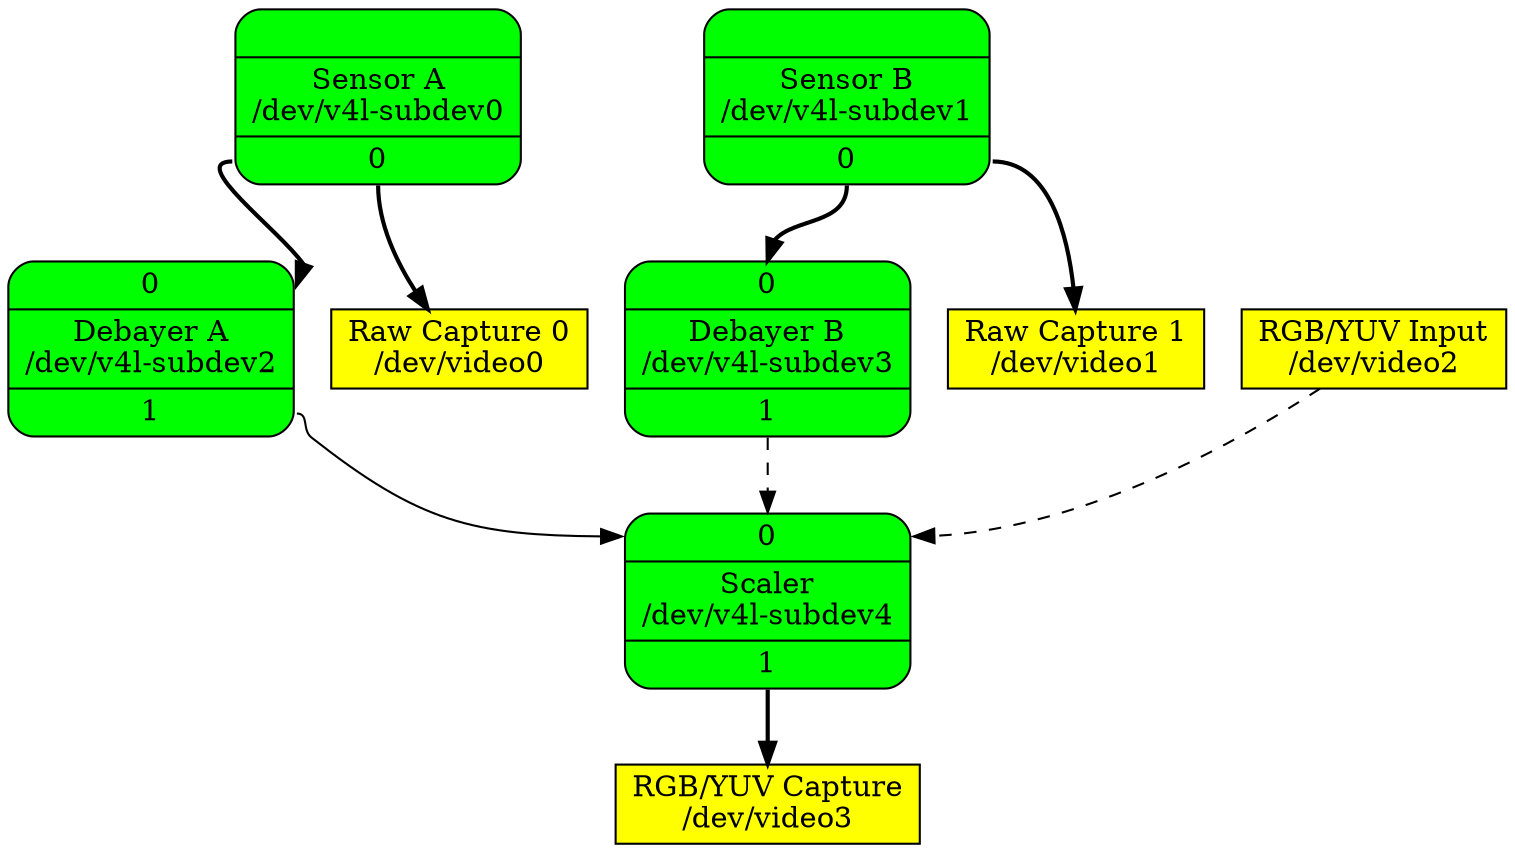
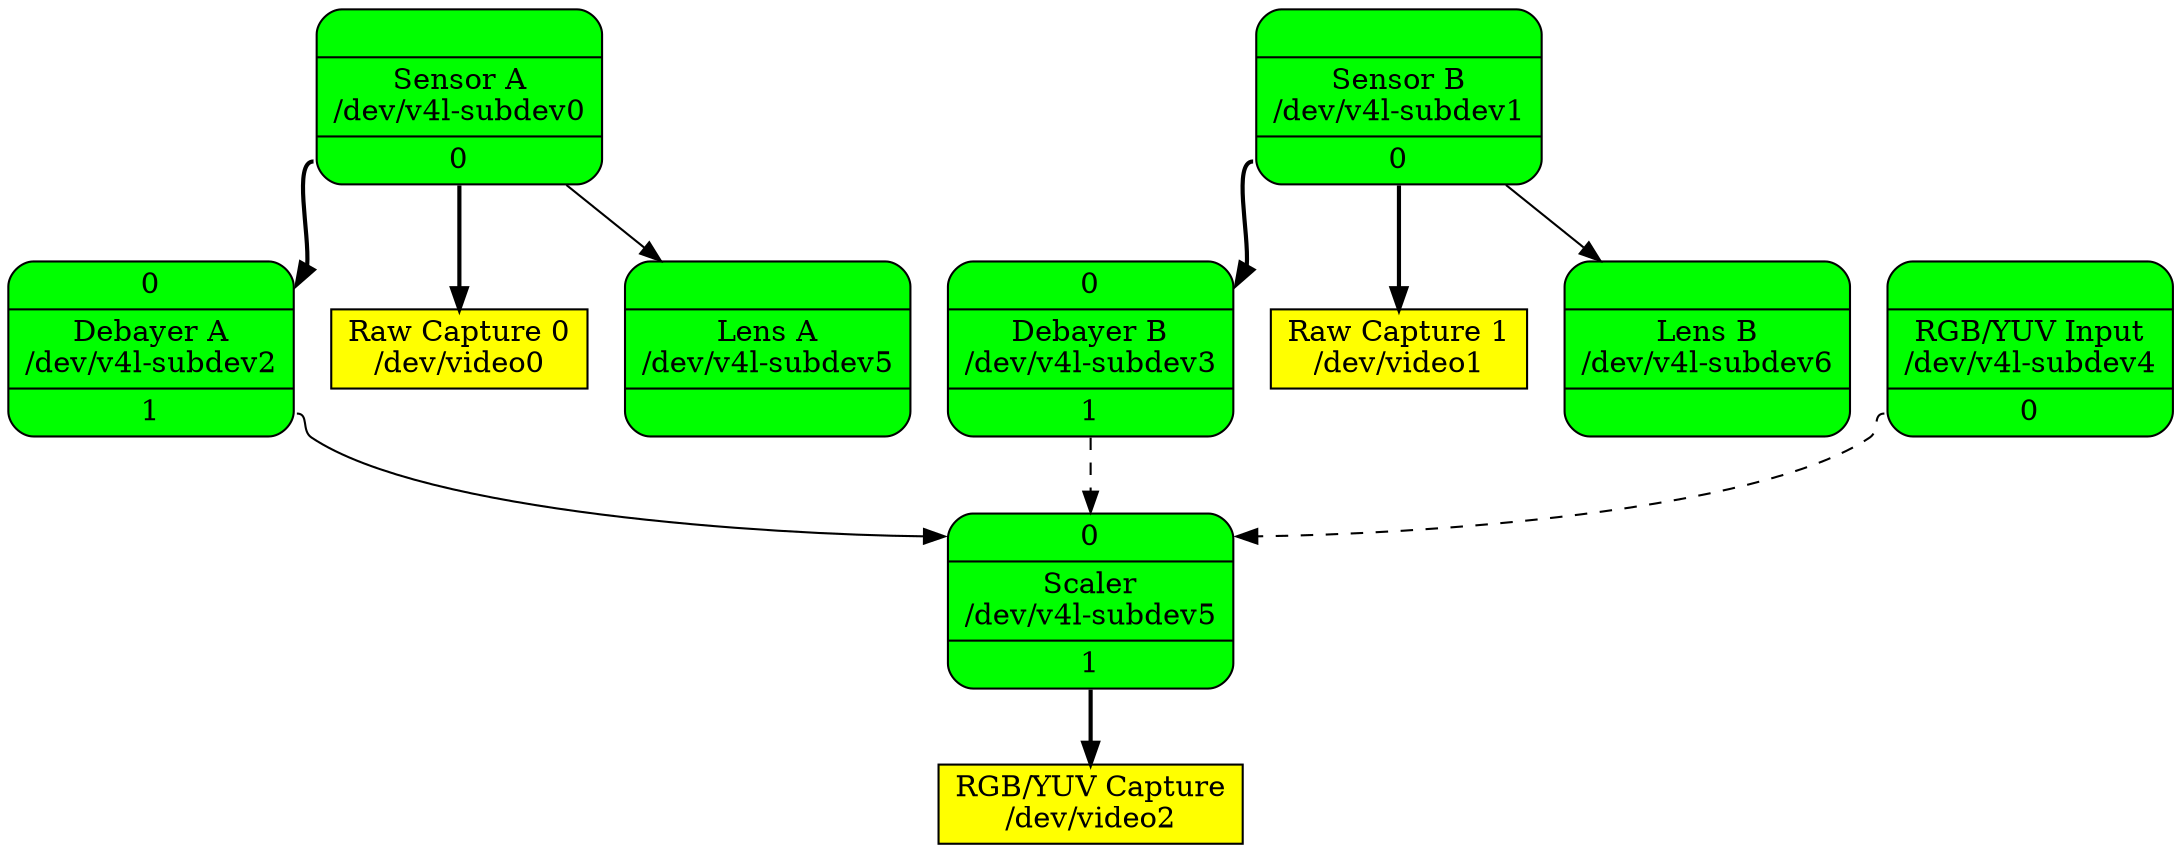
# SPDX-License-Identifier: GPL-2.0

digraph board {
	rankdir=TB
	n00000001 [label="{{} | Sensor A\n/dev/v4l-subdev0 | {<port0> 0}}", shape=Mrecord, style=filled, fillcolor=green]
	n00000001:port0 -> n00000005:port0 [style=bold]
	n00000001:port0 -> n0000000b [style=bold]
+ 	n00000001 -> n00000002
+ 	n00000002 [label="{{} | Lens A\n/dev/v4l-subdev5 | {<port0>}}", shape=Mrecord, style=filled, fillcolor=green]
	n00000003 [label="{{} | Sensor B\n/dev/v4l-subdev1 | {<port0> 0}}", shape=Mrecord, style=filled, fillcolor=green]
	n00000003:port0 -> n00000008:port0 [style=bold]
	n00000003:port0 -> n0000000f [style=bold]
+ 	n00000003 -> n00000004
+ 	n00000004 [label="{{} | Lens B\n/dev/v4l-subdev6 | {<port0>}}", shape=Mrecord, style=filled, fillcolor=green]
	n00000005 [label="{{<port0> 0} | Debayer A\n/dev/v4l-subdev2 | {<port1> 1}}", shape=Mrecord, style=filled, fillcolor=green]
- 	n00000005:port1 -> n00000017:port0
+ 	n00000005:port1 -> n00000015:port0
	n00000008 [label="{{<port0> 0} | Debayer B\n/dev/v4l-subdev3 | {<port1> 1}}", shape=Mrecord, style=filled, fillcolor=green]
- 	n00000008:port1 -> n00000017:port0 [style=dashed]
+ 	n00000008:port1 -> n00000015:port0 [style=dashed]
	n0000000b [label="Raw Capture 0\n/dev/video0", shape=box, style=filled, fillcolor=yellow]
	n0000000f [label="Raw Capture 1\n/dev/video1", shape=box, style=filled, fillcolor=yellow]
- 	n00000013 [label="RGB/YUV Input\n/dev/video2", shape=box, style=filled, fillcolor=yellow]
- 	n00000013 -> n00000017:port0 [style=dashed]
- 	n00000017 [label="{{<port0> 0} | Scaler\n/dev/v4l-subdev4 | {<port1> 1}}", shape=Mrecord, style=filled, fillcolor=green]
- 	n00000017:port1 -> n0000001a [style=bold]
- 	n0000001a [label="RGB/YUV Capture\n/dev/video3", shape=box, style=filled, fillcolor=yellow]
+ 	n00000013 [label="{{} | RGB/YUV Input\n/dev/v4l-subdev4 | {<port0> 0}}", shape=Mrecord, style=filled, fillcolor=green]
+ 	n00000013:port0 -> n00000015:port0 [style=dashed]
+ 	n00000015 [label="{{<port0> 0} | Scaler\n/dev/v4l-subdev5 | {<port1> 1}}", shape=Mrecord, style=filled, fillcolor=green]
+ 	n00000015:port1 -> n00000018 [style=bold]
+ 	n00000018 [label="RGB/YUV Capture\n/dev/video2", shape=box, style=filled, fillcolor=yellow]
}
